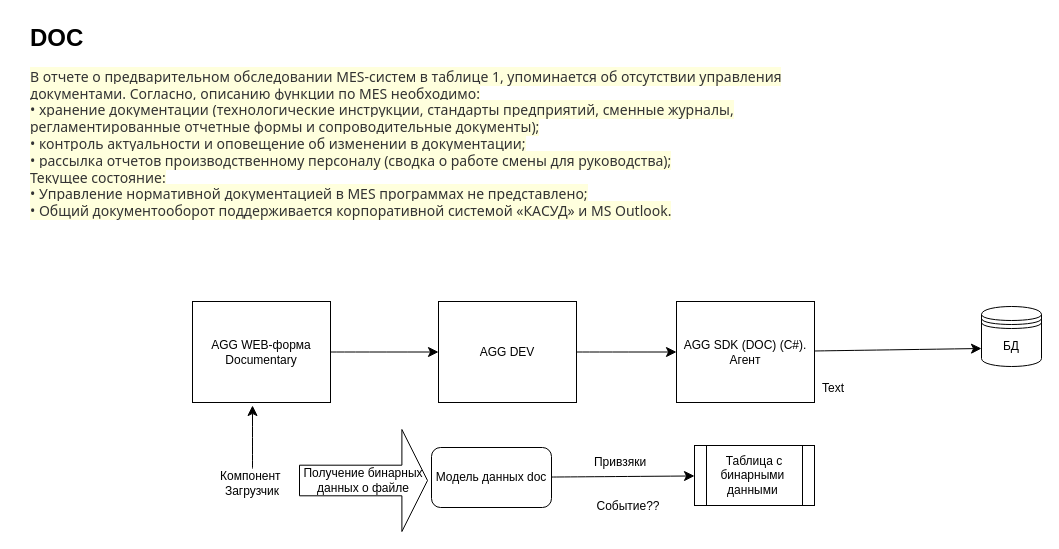
Above: Algoritm/DOC.drawio in IlinArtem78/module12 (draw.io), before the change. Source tidied: cells renumbered, new cells numbered last; positions are measured from the earlier drawing's top-left corner, leaving out a move shared by most shapes. Both pictures are drawn from the tidied source at 100%, with x=0, y=0 at pixel (28, 17).
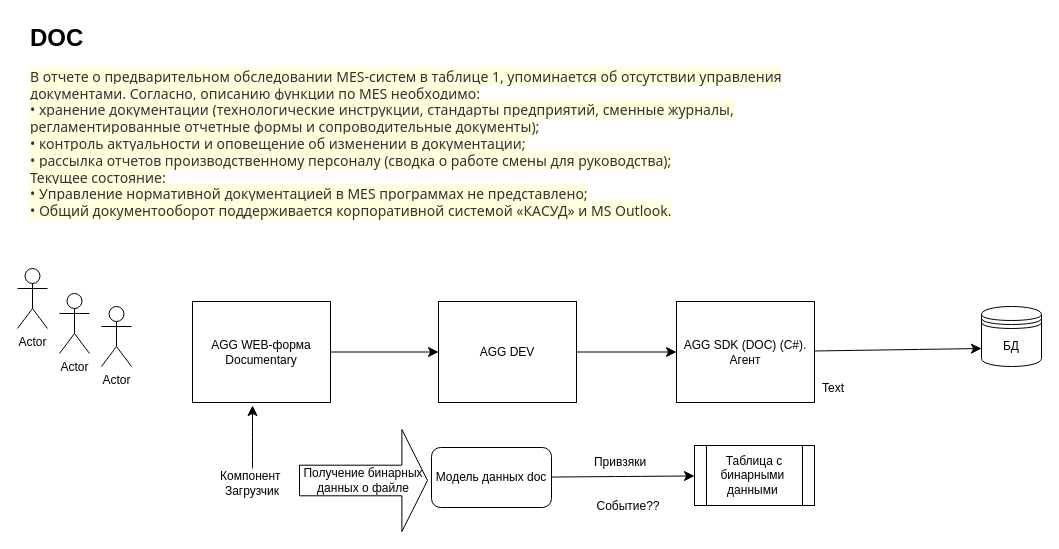
The same page after the edit.

The edit, as a diff of the source:
```diff
@@
+    <mxCell id="19" value="Actor" style="shape=umlActor;verticalLabelPosition=bottom;verticalAlign=top;html=1;" parent="1" vertex="1">
+      <mxGeometry x="31" y="276" width="30" height="60" as="geometry" />
+    </mxCell>
+    <mxCell id="20" value="Actor" style="shape=umlActor;verticalLabelPosition=bottom;verticalAlign=top;html=1;" parent="1" vertex="1">
+      <mxGeometry x="73" y="289" width="30" height="60" as="geometry" />
+    </mxCell>
+    <mxCell id="21" value="Actor" style="shape=umlActor;verticalLabelPosition=bottom;verticalAlign=top;html=1;" parent="1" vertex="1">
+      <mxGeometry x="-11" y="251" width="30" height="60" as="geometry" />
+    </mxCell>
```
